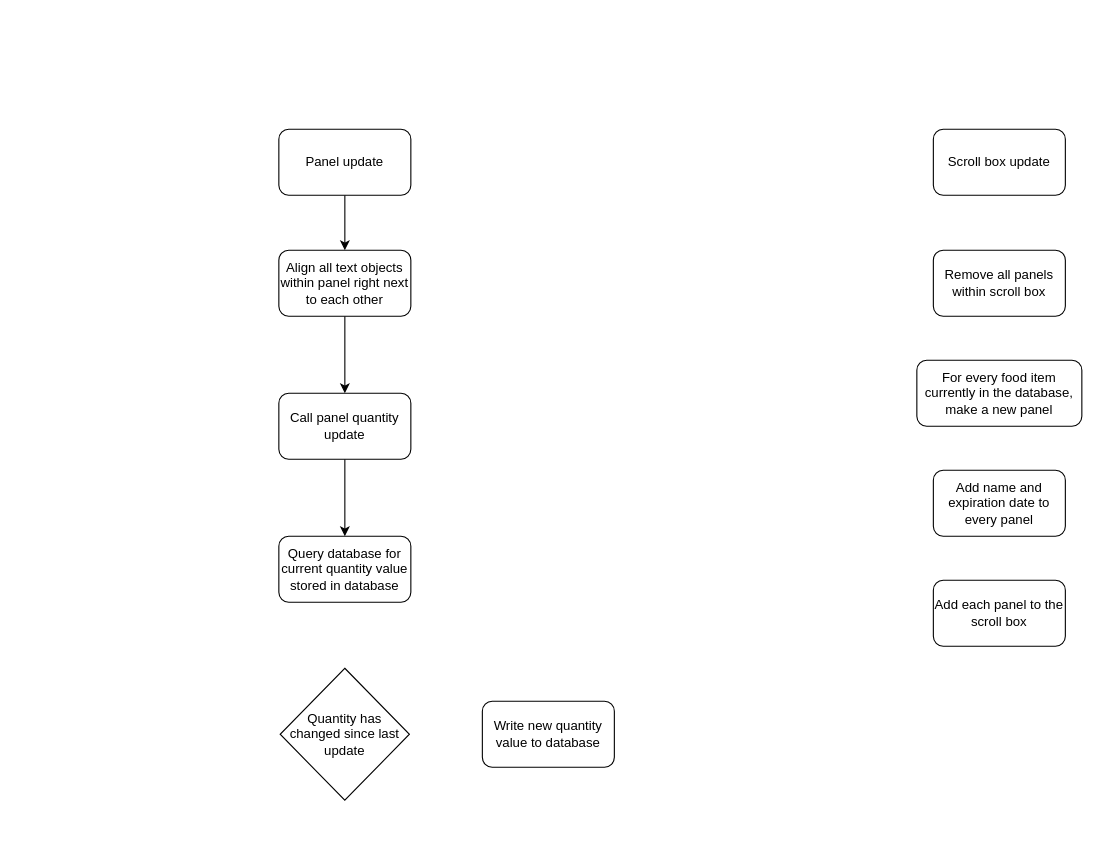
Joedahms/expirationTracker keeps this draw.io diagram as display/diagrams/display_flowchart.drawio. Above is the earlier version. Source tidied: cells renumbered, new cells numbered last; positions are measured from the earlier drawing's top-left corner, leaving out a move shared by most shapes. Both pictures are drawn from the tidied source at 110%, with x=0, y=0 at pixel (278, 129).
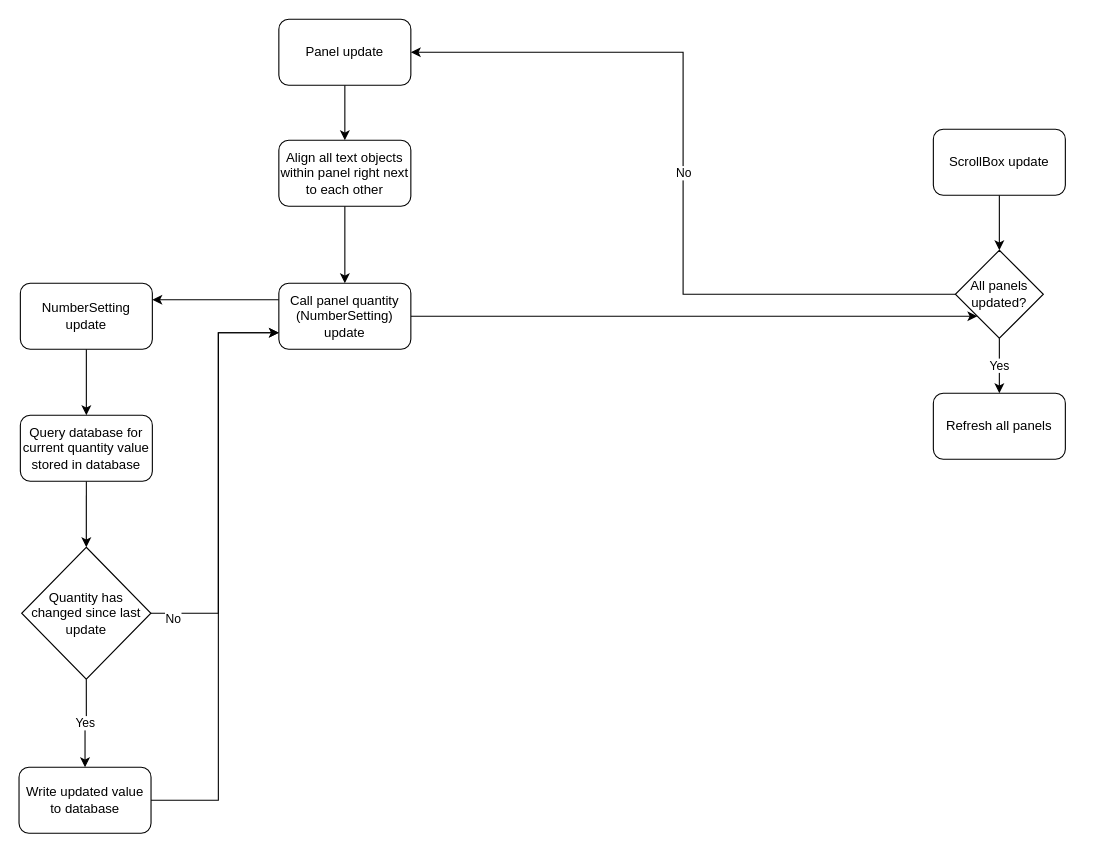
The same page after the edit.

Change to the diagram source:
```diff
@@
     <mxCell id="3" value="Panel update" style="rounded=1;whiteSpace=wrap;html=1;" parent="1" vertex="1">
-      <mxGeometry width="120" height="60" as="geometry" />
+      <mxGeometry y="-100" width="120" height="60" as="geometry" />
     </mxCell>
@@
     <mxCell id="5" value="Align all text objects within panel right next to each other" style="rounded=1;whiteSpace=wrap;html=1;" parent="1" vertex="1">
-      <mxGeometry y="110" width="120" height="60" as="geometry" />
+      <mxGeometry y="10" width="120" height="60" as="geometry" />
     </mxCell>
-    <mxCell id="6" style="edgeStyle=orthogonalEdgeStyle;rounded=0;jettySize=auto;html=1;exitX=0.5;exitY=1;exitDx=0;exitDy=0;entryX=0.5;entryY=0;entryDx=0;entryDy=0;" parent="1" edge="1" source="7" target="8">
-      <mxGeometry relative="1" as="geometry" />
-    </mxCell>
+    <mxCell id="16" style="edgeStyle=orthogonalEdgeStyle;rounded=0;jettySize=auto;html=1;exitX=0;exitY=0.25;exitDx=0;exitDy=0;entryX=1;entryY=0.25;entryDx=0;entryDy=0;" parent="1" edge="1" source="7" target="28">
+      <mxGeometry relative="1" as="geometry" />
+    </mxCell>
+    <mxCell id="17" style="edgeStyle=orthogonalEdgeStyle;rounded=0;jettySize=auto;html=1;exitX=1;exitY=0.5;exitDx=0;exitDy=0;entryX=0;entryY=1;entryDx=0;entryDy=0;" parent="1" edge="1" source="7" target="26">
+      <mxGeometry relative="1" as="geometry" />
+    </mxCell>
-    <mxCell id="7" value="Call panel quantity update" style="rounded=1;whiteSpace=wrap;html=1;" parent="1" vertex="1">
-      <mxGeometry y="240" width="120" height="60" as="geometry" />
+    <mxCell id="7" value="Call panel quantity (NumberSetting) update" style="rounded=1;whiteSpace=wrap;html=1;" parent="1" vertex="1">
+      <mxGeometry y="140" width="120" height="60" as="geometry" />
     </mxCell>
+    <mxCell id="18" style="edgeStyle=orthogonalEdgeStyle;rounded=0;jettySize=auto;html=1;exitX=0.5;exitY=1;exitDx=0;exitDy=0;entryX=0.5;entryY=0;entryDx=0;entryDy=0;" parent="1" edge="1" source="8" target="9">
+      <mxGeometry relative="1" as="geometry" />
+    </mxCell>
     <mxCell id="8" value="Query database for current quantity value stored in database" style="rounded=1;whiteSpace=wrap;html=1;" parent="1" vertex="1">
-      <mxGeometry y="370" width="120" height="60" as="geometry" />
+      <mxGeometry x="-235" y="260" width="120" height="60" as="geometry" />
     </mxCell>
+    <mxCell id="19" value="Yes" style="edgeStyle=orthogonalEdgeStyle;rounded=0;jettySize=auto;html=1;exitX=0.5;exitY=1;exitDx=0;exitDy=0;entryX=0.5;entryY=0;entryDx=0;entryDy=0;" parent="1" edge="1" source="9" target="30">
+      <mxGeometry relative="1" as="geometry" />
+    </mxCell>
+    <mxCell id="20" style="edgeStyle=orthogonalEdgeStyle;rounded=0;jettySize=auto;html=1;exitX=1;exitY=0.5;exitDx=0;exitDy=0;entryX=0;entryY=0.75;entryDx=0;entryDy=0;" parent="1" edge="1" source="9" target="7">
+      <mxGeometry relative="1" as="geometry">
+        <Array as="points">
+          <mxPoint x="-55" y="440" />
+          <mxPoint x="-55" y="185" />
+        </Array>
+      </mxGeometry>
+    </mxCell>
+    <mxCell id="21" value="No" style="edgeLabel;html=1;align=center;verticalAlign=middle;" parent="20" vertex="1">
+      <mxGeometry x="-0.89" y="-4" relative="1" as="geometry" />
+    </mxCell>
     <mxCell id="9" value="Quantity has changed since last update" style="rhombus;whiteSpace=wrap;html=1;" parent="1" vertex="1">
-      <mxGeometry x="1.2" y="490" width="117.5" height="120" as="geometry" />
+      <mxGeometry x="-233.8" y="380" width="117.5" height="120" as="geometry" />
     </mxCell>
-    <mxCell id="10" value="Write new quantity value to database" style="rounded=1;whiteSpace=wrap;html=1;" parent="1" vertex="1">
-      <mxGeometry x="185" y="520" width="120" height="60" as="geometry" />
-    </mxCell>
+    <mxCell id="22" style="edgeStyle=orthogonalEdgeStyle;rounded=0;jettySize=auto;html=1;exitX=0.5;exitY=1;exitDx=0;exitDy=0;entryX=0.5;entryY=0;entryDx=0;entryDy=0;" parent="1" edge="1" source="11" target="26">
+      <mxGeometry relative="1" as="geometry" />
+    </mxCell>
-    <mxCell id="11" value="Scroll box update" style="rounded=1;whiteSpace=wrap;html=1;" parent="1" vertex="1">
+    <mxCell id="11" value="ScrollBox update" style="rounded=1;whiteSpace=wrap;html=1;" parent="1" vertex="1">
       <mxGeometry x="595" width="120" height="60" as="geometry" />
     </mxCell>
-    <mxCell id="12" value="Remove all panels within scroll box" style="rounded=1;whiteSpace=wrap;html=1;" parent="1" vertex="1">
-      <mxGeometry x="595" y="110" width="120" height="60" as="geometry" />
-    </mxCell>
-    <mxCell id="13" value="For every food item currently in the database, make a new panel" style="rounded=1;whiteSpace=wrap;html=1;" parent="1" vertex="1">
-      <mxGeometry x="580" y="210" width="150" height="60" as="geometry" />
-    </mxCell>
-    <mxCell id="14" value="Add name and expiration date to every panel" style="rounded=1;whiteSpace=wrap;html=1;" parent="1" vertex="1">
-      <mxGeometry x="595" y="310" width="120" height="60" as="geometry" />
-    </mxCell>
-    <mxCell id="15" value="Add each panel to the scroll box" style="rounded=1;whiteSpace=wrap;html=1;" parent="1" vertex="1">
-      <mxGeometry x="595" y="410" width="120" height="60" as="geometry" />
-    </mxCell>
+    <mxCell id="23" value="Refresh all panels" style="rounded=1;whiteSpace=wrap;html=1;" parent="1" vertex="1">
+      <mxGeometry x="595" y="240" width="120" height="60" as="geometry" />
+    </mxCell>
+    <mxCell id="24" value="No" style="edgeStyle=orthogonalEdgeStyle;rounded=0;jettySize=auto;html=1;exitX=0;exitY=0.5;exitDx=0;exitDy=0;entryX=1;entryY=0.5;entryDx=0;entryDy=0;" parent="1" edge="1" source="26" target="3">
+      <mxGeometry relative="1" as="geometry" />
+    </mxCell>
+    <mxCell id="25" value="Yes" style="edgeStyle=orthogonalEdgeStyle;rounded=0;jettySize=auto;html=1;exitX=0.5;exitY=1;exitDx=0;exitDy=0;entryX=0.5;entryY=0;entryDx=0;entryDy=0;" parent="1" edge="1" source="26" target="23">
+      <mxGeometry relative="1" as="geometry" />
+    </mxCell>
+    <mxCell id="26" value="All panels updated?" style="rhombus;whiteSpace=wrap;html=1;" parent="1" vertex="1">
+      <mxGeometry x="615" y="110" width="80" height="80" as="geometry" />
+    </mxCell>
+    <mxCell id="27" style="edgeStyle=orthogonalEdgeStyle;rounded=0;jettySize=auto;html=1;exitX=0.5;exitY=1;exitDx=0;exitDy=0;entryX=0.5;entryY=0;entryDx=0;entryDy=0;" parent="1" edge="1" source="28" target="8">
+      <mxGeometry relative="1" as="geometry" />
+    </mxCell>
+    <mxCell id="28" value="NumberSetting update" style="rounded=1;whiteSpace=wrap;html=1;" parent="1" vertex="1">
+      <mxGeometry x="-235" y="140" width="120" height="60" as="geometry" />
+    </mxCell>
+    <mxCell id="29" style="edgeStyle=orthogonalEdgeStyle;rounded=0;jettySize=auto;html=1;exitX=1;exitY=0.5;exitDx=0;exitDy=0;entryX=0;entryY=0.75;entryDx=0;entryDy=0;" parent="1" edge="1" source="30" target="7">
+      <mxGeometry relative="1" as="geometry">
+        <Array as="points">
+          <mxPoint x="-55" y="610" />
+          <mxPoint x="-55" y="185" />
+        </Array>
+      </mxGeometry>
+    </mxCell>
+    <mxCell id="30" value="Write updated value to database" style="rounded=1;whiteSpace=wrap;html=1;" parent="1" vertex="1">
+      <mxGeometry x="-236.2" y="580" width="120" height="60" as="geometry" />
+    </mxCell>
```
